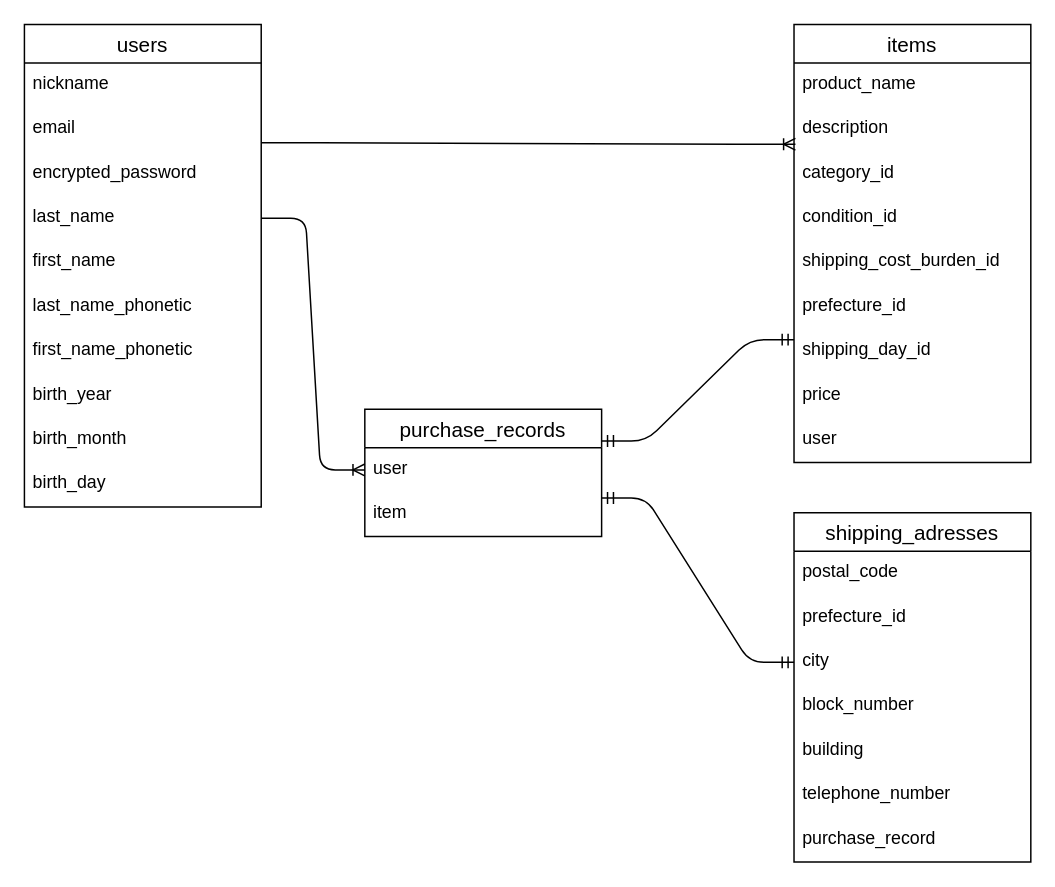
The draw.io diagram FURIMA-39324.dio in masaru-kunimatsu/furima-39324, before the edit. Source tidied: cells renumbered, new cells numbered last; positions are measured from the earlier drawing's top-left corner, leaving out a move shared by most shapes. Both pictures are drawn from the tidied source at 148%, with x=0, y=0 at pixel (24, 24).
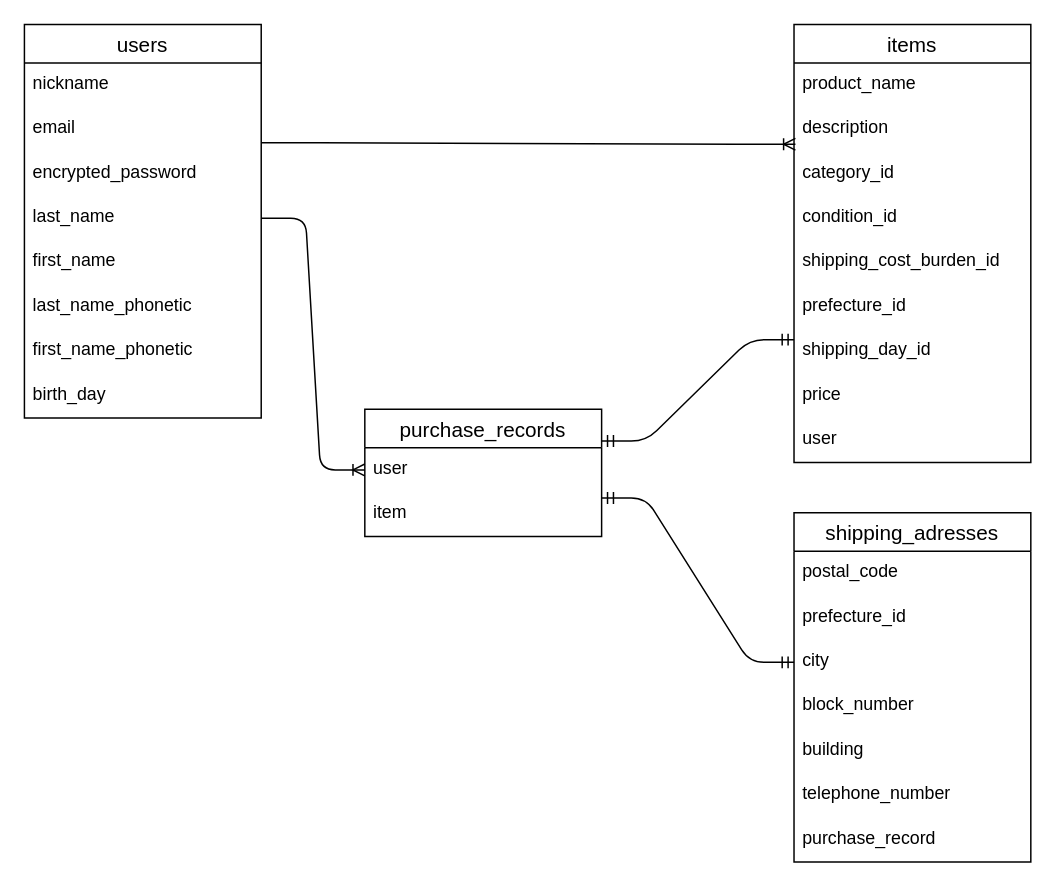
The same page after the edit.

Diff of the diagram source:
```diff
@@
     <mxCell id="2" value="users" style="swimlane;fontStyle=0;horizontal=1;startSize=26;align=center;fontSize=14;" parent="1" vertex="1">
-      <mxGeometry width="160" height="326" as="geometry" />
+      <mxGeometry width="160" height="266" as="geometry" />
     </mxCell>
@@
-    <mxCell id="10" value="birth_year" style="text;strokeColor=none;fillColor=none;spacingLeft=4;spacingRight=4;overflow=hidden;fontSize=12;" parent="2" vertex="1">
-      <mxGeometry y="236" width="160" height="30" as="geometry" />
-    </mxCell>
-    <mxCell id="11" value="birth_month" style="text;strokeColor=none;fillColor=none;spacingLeft=4;spacingRight=4;overflow=hidden;fontSize=12;" parent="2" vertex="1">
-      <mxGeometry y="266" width="160" height="30" as="geometry" />
-    </mxCell>
     <mxCell id="12" value="birth_day" style="text;strokeColor=none;fillColor=none;spacingLeft=4;spacingRight=4;overflow=hidden;fontSize=12;" parent="2" vertex="1">
-      <mxGeometry y="296" width="160" height="30" as="geometry" />
+      <mxGeometry y="236" width="160" height="30" as="geometry" />
     </mxCell>
```
